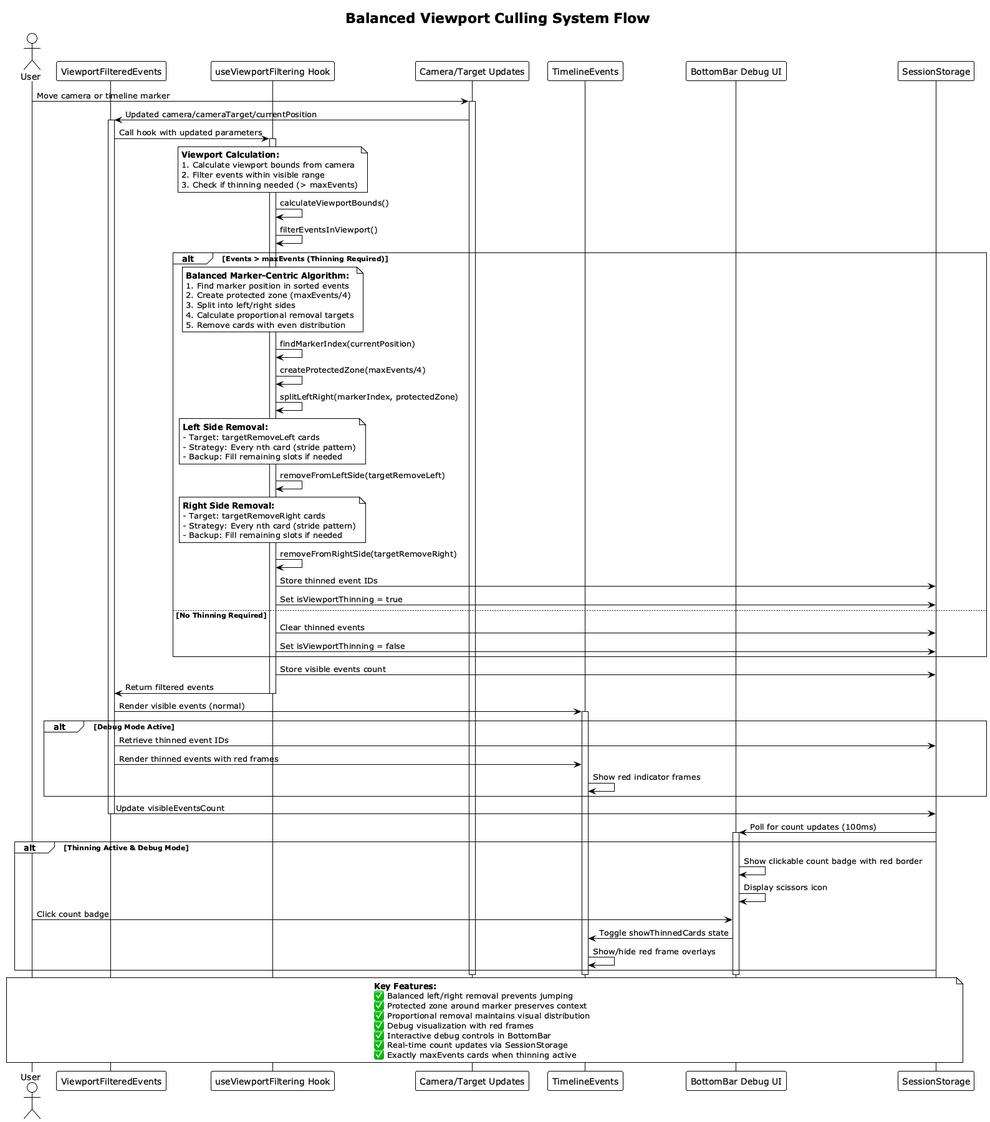
fwornle/timeline keeps this PlantUML diagram as docs/puml/viewport-culling-flow.png. Above is the earlier version. Source of this version:
```plantuml
@startuml viewport-culling-flow
!theme plain
skinparam backgroundColor #FFFFFF
skinparam sequenceStyle strictuml

title Balanced Viewport Culling System Flow

actor User
participant "ViewportFilteredEvents" as VFE
participant "useViewportFiltering Hook" as VFH
participant "Camera/Target Updates" as Camera
participant "TimelineEvents" as Events
participant "BottomBar Debug UI" as Debug
participant "SessionStorage" as Storage

User -> Camera : Move camera or timeline marker
activate Camera

Camera -> VFE : Updated camera/cameraTarget/currentPosition
activate VFE

VFE -> VFH : Call hook with updated parameters
activate VFH

note over VFH
**Viewport Calculation:**
1. Calculate viewport bounds from camera
2. Filter events within visible range
3. Check if thinning needed (> maxEvents)
end note

VFH -> VFH : calculateViewportBounds()
VFH -> VFH : filterEventsInViewport()

alt Events > maxEvents (Thinning Required)
    note over VFH
    **Balanced Marker-Centric Algorithm:**
    1. Find marker position in sorted events
    2. Create protected zone (maxEvents/4)
    3. Split into left/right sides
    4. Calculate proportional removal targets
    5. Remove cards with even distribution
    end note

    VFH -> VFH : findMarkerIndex(currentPosition)
    VFH -> VFH : createProtectedZone(maxEvents/4)
    VFH -> VFH : splitLeftRight(markerIndex, protectedZone)

    note over VFH
    **Left Side Removal:**
    - Target: targetRemoveLeft cards
    - Strategy: Every nth card (stride pattern)
    - Backup: Fill remaining slots if needed
    end note

    VFH -> VFH : removeFromLeftSide(targetRemoveLeft)

    note over VFH
    **Right Side Removal:**
    - Target: targetRemoveRight cards
    - Strategy: Every nth card (stride pattern)
    - Backup: Fill remaining slots if needed
    end note

    VFH -> VFH : removeFromRightSide(targetRemoveRight)

    VFH -> Storage : Store thinned event IDs
    VFH -> Storage : Set isViewportThinning = true

else No Thinning Required
    VFH -> Storage : Clear thinned events
    VFH -> Storage : Set isViewportThinning = false
end

VFH -> Storage : Store visible events count
VFH -> VFE : Return filtered events
deactivate VFH

VFE -> Events : Render visible events (normal)
activate Events

alt Debug Mode Active
    VFE -> Storage : Retrieve thinned event IDs
    VFE -> Events : Render thinned events with red frames
    Events -> Events : Show red indicator frames
end

VFE -> Storage : Update visibleEventsCount
deactivate VFE

Storage -> Debug : Poll for count updates (100ms)
activate Debug

alt Thinning Active & Debug Mode
    Debug -> Debug : Show clickable count badge with red border
    Debug -> Debug : Display scissors icon

    User -> Debug : Click count badge
    Debug -> Events : Toggle showThinnedCards state
    Events -> Events : Show/hide red frame overlays
end

deactivate Events
deactivate Camera
deactivate Debug

note over User, Storage
**Key Features:**
✅ Balanced left/right removal prevents jumping
✅ Protected zone around marker preserves context
✅ Proportional removal maintains visual distribution
✅ Debug visualization with red frames
✅ Interactive debug controls in BottomBar
✅ Real-time count updates via SessionStorage
✅ Exactly maxEvents cards when thinning active
end note

@enduml
```
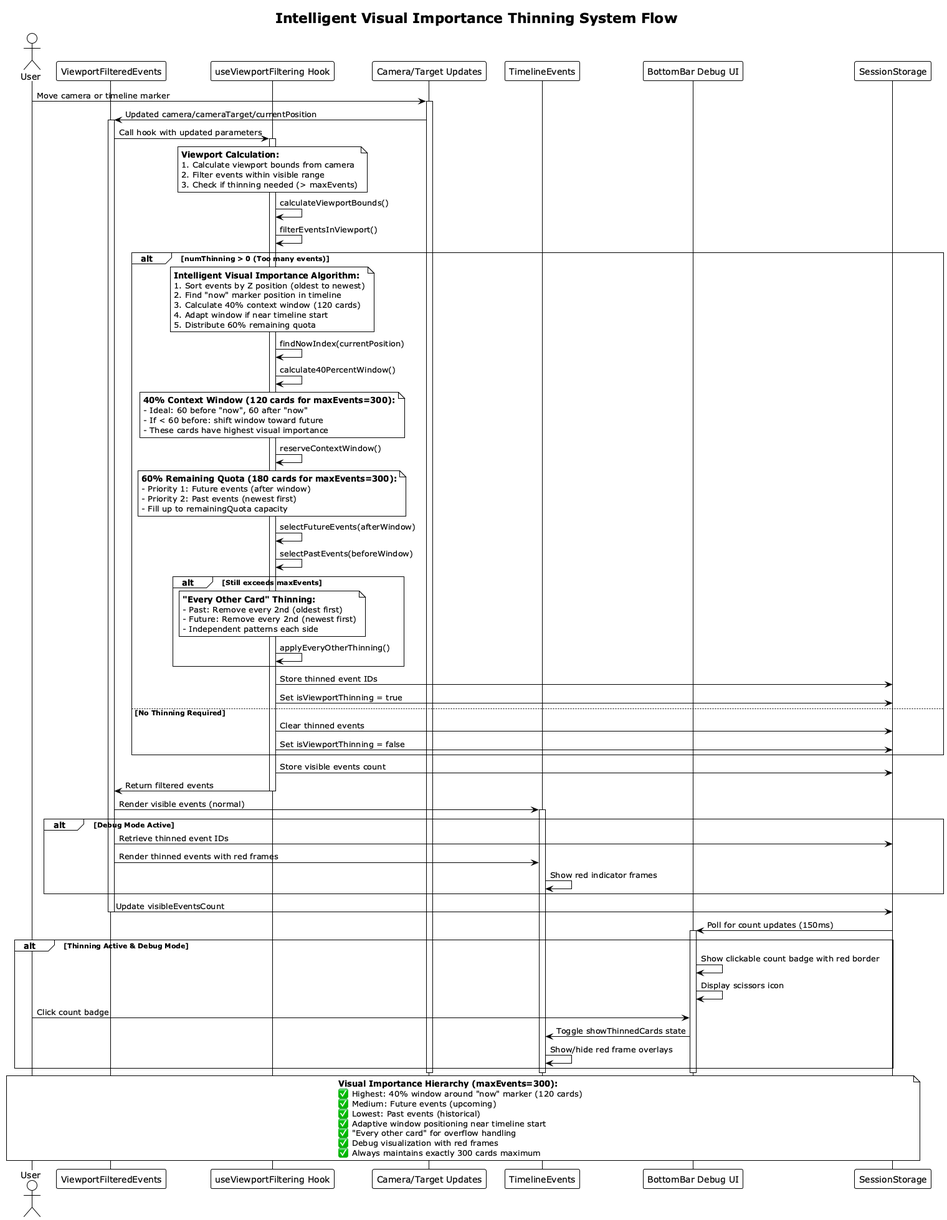
After the change.

Commit message:
docs: updated documentation after culling/thinning update

Change to the diagram source:
```diff
@@ -3,7 +3,7 @@
 skinparam backgroundColor #FFFFFF
 skinparam sequenceStyle strictuml
 
-title Balanced Viewport Culling System Flow
+title Intelligent Visual Importance Thinning System Flow
 
 actor User
 participant "ViewportFilteredEvents" as VFE
@@ -32,37 +32,48 @@
 VFH -> VFH : calculateViewportBounds()
 VFH -> VFH : filterEventsInViewport()
 
-alt Events > maxEvents (Thinning Required)
+alt numThinning > 0 (Too many events)
     note over VFH
-    **Balanced Marker-Centric Algorithm:**
-    1. Find marker position in sorted events
-    2. Create protected zone (maxEvents/4)
-    3. Split into left/right sides
-    4. Calculate proportional removal targets
-    5. Remove cards with even distribution
+    **Intelligent Visual Importance Algorithm:**
+    1. Sort events by Z position (oldest to newest)
+    2. Find "now" marker position in timeline
+    3. Calculate 40% context window (120 cards)
+    4. Adapt window if near timeline start
+    5. Distribute 60% remaining quota
     end note
 
-    VFH -> VFH : findMarkerIndex(currentPosition)
-    VFH -> VFH : createProtectedZone(maxEvents/4)
-    VFH -> VFH : splitLeftRight(markerIndex, protectedZone)
+    VFH -> VFH : findNowIndex(currentPosition)
+    VFH -> VFH : calculate40PercentWindow()
 
     note over VFH
-    **Left Side Removal:**
-    - Target: targetRemoveLeft cards
-    - Strategy: Every nth card (stride pattern)
-    - Backup: Fill remaining slots if needed
+    **40% Context Window (120 cards for maxEvents=300):**
+    - Ideal: 60 before "now", 60 after "now"
+    - If < 60 before: shift window toward future
+    - These cards have highest visual importance
     end note
 
-    VFH -> VFH : removeFromLeftSide(targetRemoveLeft)
+    VFH -> VFH : reserveContextWindow()
 
     note over VFH
-    **Right Side Removal:**
-    - Target: targetRemoveRight cards
-    - Strategy: Every nth card (stride pattern)
-    - Backup: Fill remaining slots if needed
+    **60% Remaining Quota (180 cards for maxEvents=300):**
+    - Priority 1: Future events (after window)
+    - Priority 2: Past events (newest first)
+    - Fill up to remainingQuota capacity
     end note
 
-    VFH -> VFH : removeFromRightSide(targetRemoveRight)
+    VFH -> VFH : selectFutureEvents(afterWindow)
+    VFH -> VFH : selectPastEvents(beforeWindow)
+
+    alt Still exceeds maxEvents
+        note over VFH
+        **"Every Other Card" Thinning:**
+        - Past: Remove every 2nd (oldest first)
+        - Future: Remove every 2nd (newest first)
+        - Independent patterns each side
+        end note
+
+        VFH -> VFH : applyEveryOtherThinning()
+    end
 
     VFH -> Storage : Store thinned event IDs
     VFH -> Storage : Set isViewportThinning = true
@@ -88,7 +99,7 @@
 VFE -> Storage : Update visibleEventsCount
 deactivate VFE
 
-Storage -> Debug : Poll for count updates (100ms)
+Storage -> Debug : Poll for count updates (150ms)
 activate Debug
 
 alt Thinning Active & Debug Mode
@@ -105,14 +116,14 @@
 deactivate Debug
 
 note over User, Storage
-**Key Features:**
-✅ Balanced left/right removal prevents jumping
-✅ Protected zone around marker preserves context
-✅ Proportional removal maintains visual distribution
+**Visual Importance Hierarchy (maxEvents=300):**
+✅ Highest: 40% window around "now" marker (120 cards)
+✅ Medium: Future events (upcoming)
+✅ Lowest: Past events (historical)
+✅ Adaptive window positioning near timeline start
+✅ "Every other card" for overflow handling
 ✅ Debug visualization with red frames
-✅ Interactive debug controls in BottomBar
-✅ Real-time count updates via SessionStorage
-✅ Exactly maxEvents cards when thinning active
+✅ Always maintains exactly 300 cards maximum
 end note
 
 @enduml
```
